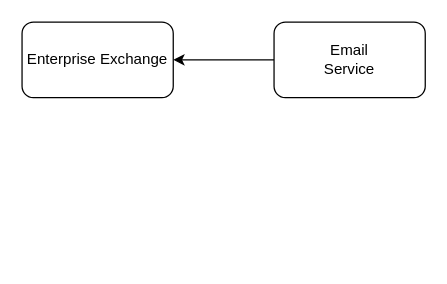
Earlier version of the draw.io diagram page "Architecture" (1 of 4) of Drawings/Microservices/EmailService/EmailService.drawio (RMSLowside/rmslow). Source tidied: cells renumbered, new cells numbered last; positions are measured from the earlier drawing's top-left corner, leaving out a move shared by most shapes. Both pictures are drawn from the tidied source at 126%, with x=0, y=0 at pixel (21, 21).
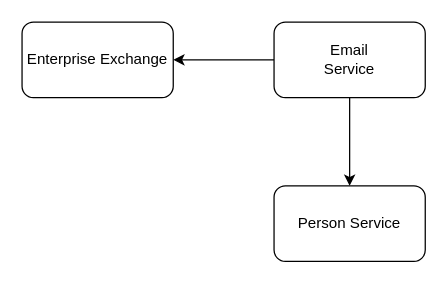
The same page after the edit.

Diff of the diagram source:
```diff
@@
 <mxGraphModel>
   <root>
     <mxCell id="0" />
     <mxCell id="1" parent="0" />
     <mxCell id="2" style="edgeStyle=orthogonalEdgeStyle;rounded=0;jettySize=auto;html=1;exitX=0;exitY=0.5;exitDx=0;exitDy=0;entryX=1;entryY=0.5;entryDx=0;entryDy=0;" parent="1" edge="1" source="3" target="4">
       <mxGeometry relative="1" as="geometry" />
     </mxCell>
     <mxCell id="3" value="&lt;div&gt;Email&lt;/div&gt;&lt;div&gt;Service&lt;/div&gt;" style="whiteSpace=wrap;html=1;rounded=1;" parent="1" vertex="1">
       <mxGeometry x="200" width="120" height="60" as="geometry" />
     </mxCell>
     <mxCell id="4" value="Enterprise Exchange" style="whiteSpace=wrap;html=1;rounded=1;" parent="1" vertex="1">
       <mxGeometry width="120" height="60" as="geometry" />
     </mxCell>
+    <mxCell id="5" value="Person Service" style="whiteSpace=wrap;html=1;rounded=1;" parent="1" vertex="1">
+      <mxGeometry x="200" y="130" width="120" height="60" as="geometry" />
+    </mxCell>
+    <mxCell id="6" style="edgeStyle=orthogonalEdgeStyle;rounded=0;jettySize=auto;html=1;exitX=0.5;exitY=1;exitDx=0;exitDy=0;entryX=0.5;entryY=0;entryDx=0;entryDy=0;" parent="1" edge="1" source="3" target="5">
+      <mxGeometry relative="1" as="geometry" />
+    </mxCell>
   </root>
 </mxGraphModel>
```
